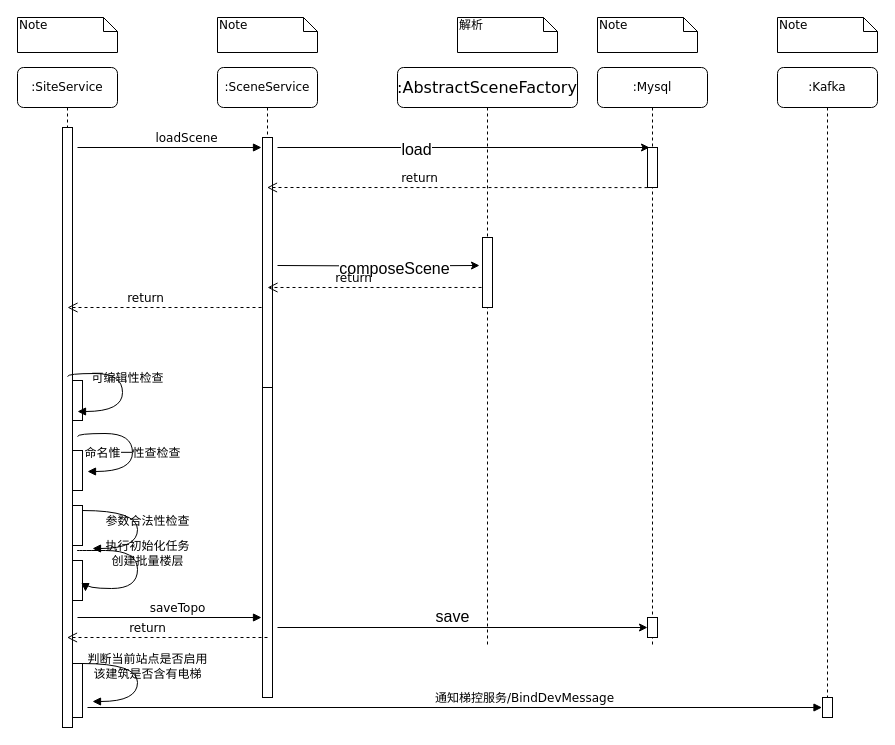
Earlier version of the draw.io diagram craft/add_building_flow_site.drawio (feihu618/drawio). Source tidied: cells renumbered, new cells numbered last; positions are measured from the earlier drawing's top-left corner, leaving out a move shared by most shapes. Both pictures are drawn from the tidied source at 100%, with x=0, y=0 at pixel (17, 17).
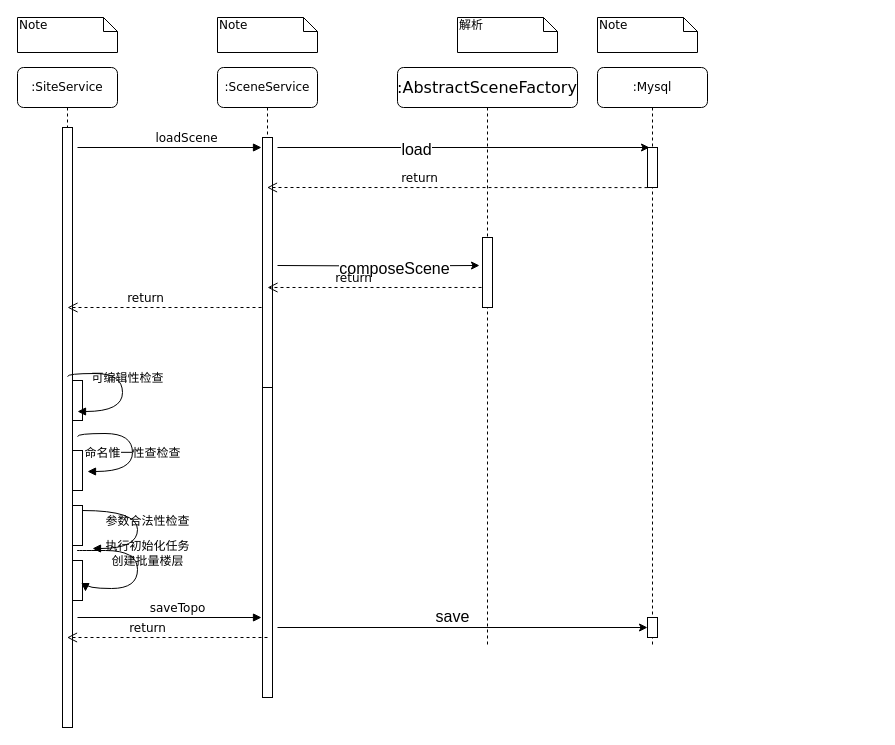
The same diagram, later.

Unchanged cells that the change refers to:
```xml
<mxCell id="13" value=":SiteService" style="shape=umlLifeline;perimeter=lifelinePerimeter;whiteSpace=wrap;html=1;outlineConnect=0;rounded=1;shadow=0;comic=0;labelBackgroundColor=none;strokeWidth=1;fontFamily=Verdana;fontSize=12;align=center;" parent="1" vertex="1">
  <mxGeometry y="50" width="100" height="660" as="geometry" />
</mxCell>
```

Diff of the diagram source:
```diff
@@
-    <mxCell id="11" value=":Kafka" style="shape=umlLifeline;perimeter=lifelinePerimeter;whiteSpace=wrap;html=1;rounded=1;shadow=0;comic=0;labelBackgroundColor=none;strokeWidth=1;fontFamily=Verdana;fontSize=12;align=center;" parent="1" vertex="1">
-      <mxGeometry x="760" y="50" width="100" height="650" as="geometry" />
-    </mxCell>
-    <mxCell id="12" style="html=1;perimeter=orthogonalPerimeter;rounded=0;shadow=0;comic=0;labelBackgroundColor=none;strokeWidth=1;fontFamily=Verdana;fontSize=12;align=center;" parent="11" vertex="1">
-      <mxGeometry x="45" y="630" width="10" height="20" as="geometry" />
-    </mxCell>
@@
-    <mxCell id="20" style="html=1;perimeter=orthogonalPerimeter;rounded=0;shadow=0;comic=0;labelBackgroundColor=none;strokeWidth=1;fontFamily=Verdana;fontSize=12;align=center;" parent="13" vertex="1">
-      <mxGeometry x="55" y="596" width="10" height="54" as="geometry" />
-    </mxCell>
@@
-    <mxCell id="37" value="Note" style="shape=note;whiteSpace=wrap;html=1;size=14;verticalAlign=top;align=left;spacingTop=-6;rounded=0;shadow=0;comic=0;labelBackgroundColor=none;strokeWidth=1;fontFamily=Verdana;fontSize=12;" parent="1" vertex="1">
-      <mxGeometry x="760" width="100" height="35" as="geometry" />
-    </mxCell>
@@
-    <mxCell id="39" value="判断当前站点是否启用&lt;br&gt;该建筑是否含有电梯" style="html=1;verticalAlign=bottom;endArrow=block;labelBackgroundColor=none;fontFamily=Verdana;fontSize=12;elbow=vertical;edgeStyle=orthogonalEdgeStyle;curved=1;exitX=1.038;exitY=0.345;exitPerimeter=0;" parent="1" edge="1">
-      <mxGeometry x="0.09" y="10" relative="1" as="geometry">
-        <mxPoint x="65" y="646" as="sourcePoint" />
-        <mxPoint x="75" y="684" as="targetPoint" />
-        <Array as="points">
-          <mxPoint x="120" y="646" />
-          <mxPoint x="120" y="684" />
-          <mxPoint x="75" y="684" />
-        </Array>
-      </mxGeometry>
-    </mxCell>
-    <mxCell id="40" value="通知梯控服务/BindDevMessage" style="html=1;verticalAlign=bottom;endArrow=block;labelBackgroundColor=none;fontFamily=Verdana;fontSize=12;exitX=1.331;exitY=0.378;exitDx=0;exitDy=0;exitPerimeter=0;" parent="1" edge="1">
-      <mxGeometry x="0.19" relative="1" as="geometry">
-        <mxPoint x="70" y="690" as="sourcePoint" />
-        <mxPoint x="804.5" y="690" as="targetPoint" />
-      </mxGeometry>
-    </mxCell>
```
